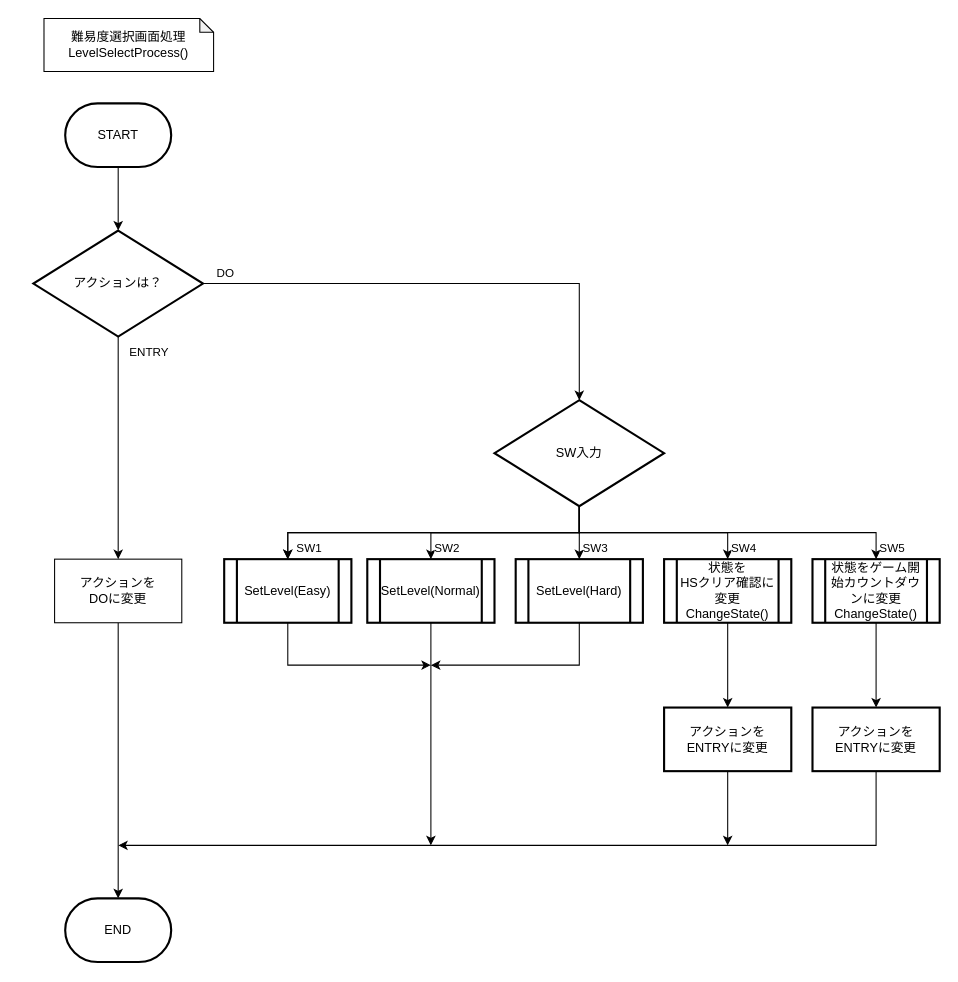
hakohumi/comp.train.whack-a-mole keeps this draw.io diagram as page "難易度選択画面" (3 of 10) of 資料/設計書/フローチャート/モグラ叩き_フローチャート_ゲーム前.drawio. Above is the earlier version. Source tidied: cells renumbered, new cells numbered last; positions are measured from the earlier drawing's top-left corner, leaving out a move shared by most shapes. Both pictures are drawn from the tidied source at 106%, with x=0, y=0 at pixel (33, 18).
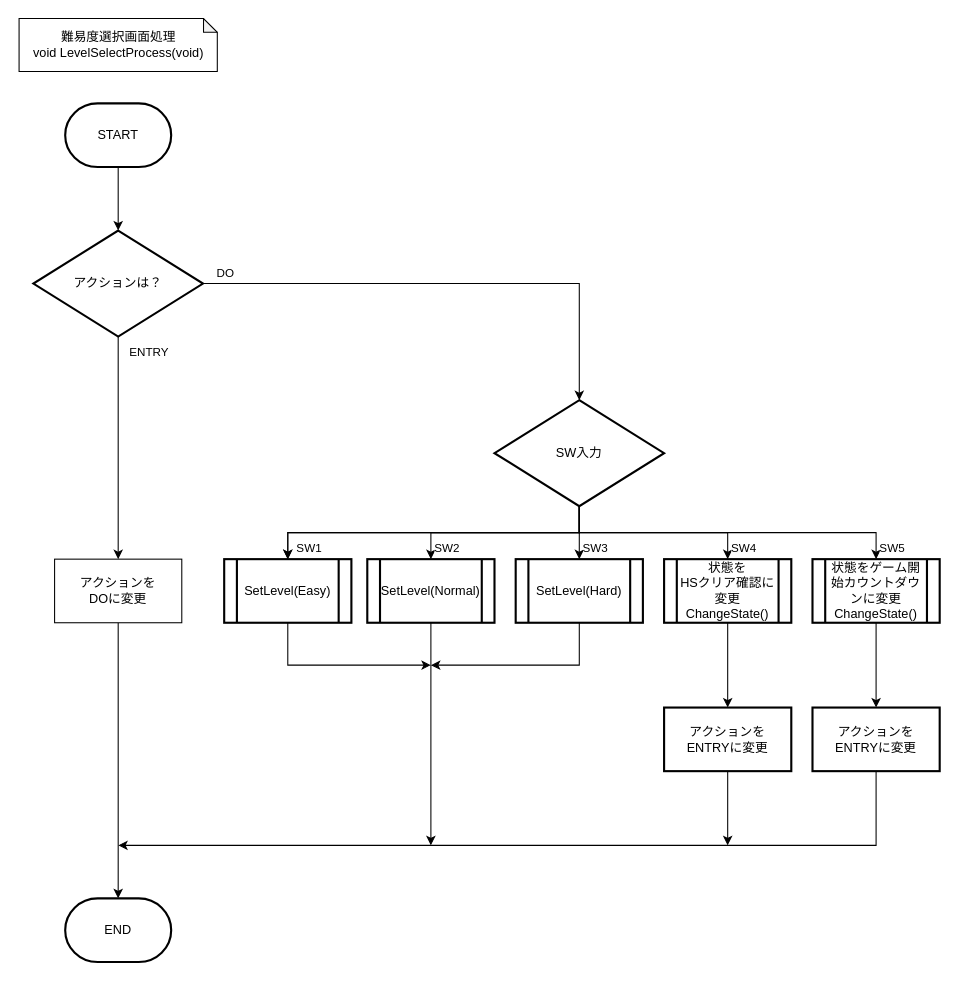
Above is the later version.

Change to the diagram source:
```diff
@@
-    <mxCell id="19" value="難易度選択画面処理&lt;br&gt;LevelSelectProcess()" style="shape=note;whiteSpace=wrap;html=1;backgroundOutline=1;darkOpacity=0.05;size=13;" parent="1" vertex="1">
-      <mxGeometry x="10" width="160" height="50" as="geometry" />
+    <mxCell id="19" value="難易度選択画面処理&lt;br&gt;void LevelSelectProcess(void)" style="shape=note;whiteSpace=wrap;html=1;backgroundOutline=1;darkOpacity=0.05;size=13;" parent="1" vertex="1">
+      <mxGeometry x="-13.5" width="187" height="50" as="geometry" />
     </mxCell>
```
